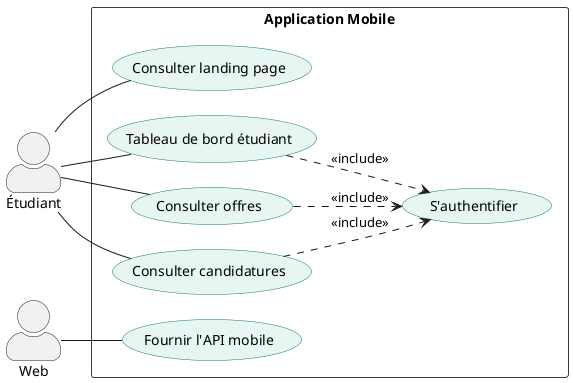
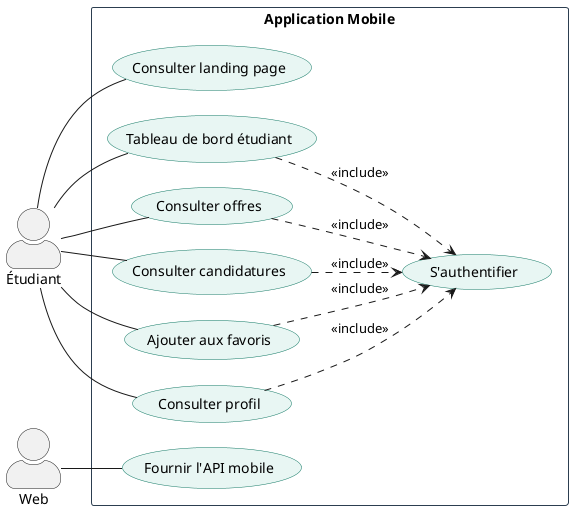
@startuml StageFlow_Mobile_UseCase
left to right direction
skinparam actorStyle awesome

skinparam backgroundColor white
skinparam packageStyle rectangle
skinparam shadowing false

skinparam package {
    BackgroundColor White
    BorderColor #2C3E50
}

skinparam usecase {
    BackgroundColor #E8F6F3
    BorderColor #117864
}

skinparam nodesep 25
skinparam ranksep 25


actor "Étudiant" as E
actor "Web" as W


package "Application Mobile" {

    usecase "Consulter landing page" as UC1
    usecase "Tableau de bord étudiant" as UC2
    usecase "Consulter offres" as UC3
    usecase "Consulter candidatures" as UC4
    usecase "Fournir l'API mobile" as UC5
    usecase "S'authentifier" as UC6
+     usecase "Ajouter aux favoris" as UC7
+     usecase "Consulter profil" as UC8

}

E -- UC1
E -- UC2
E -- UC3
E -- UC4
+ E -- UC7
+ E -- UC8

W -- UC5

UC2 ..> UC6 : <<include>>
UC3 ..> UC6 : <<include>>
UC4 ..> UC6 : <<include>>
+ UC7 ..> UC6 : <<include>>
+ UC8 ..> UC6 : <<include>>

@enduml